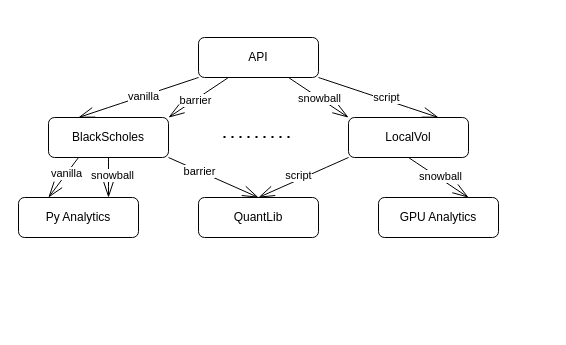
The draw.io diagram page "Analytics" (14 of 17) of quant-dev-platform.drawio in blshao84/VaRReportingSys, before the edit. Source tidied: cells renumbered, new cells numbered last; positions are measured from the earlier drawing's top-left corner, leaving out a move shared by most shapes. Both pictures are drawn from the tidied source at 100%, with x=0, y=0 at pixel (18, 37).
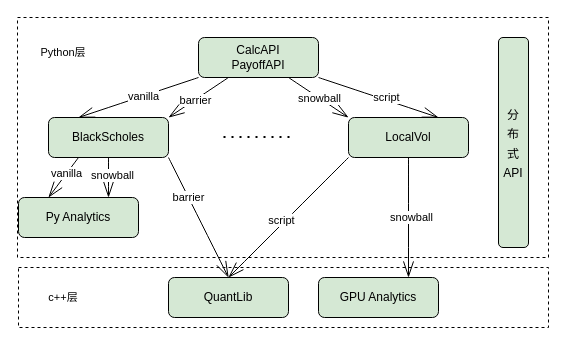
The same page after the edit.

The edit, as a diff of the source:
```diff
@@
+    <mxCell id="27" style="rounded=0;whiteSpace=wrap;html=1;fontSize=11;dashed=1;fillColor=none;strokeColor=#000000;" parent="1" vertex="1">
+      <mxGeometry y="230" width="530" height="60" as="geometry" />
+    </mxCell>
-    <mxCell id="2" value="QuantLib" style="rounded=1;whiteSpace=wrap;html=1;hachureGap=4;" parent="1" vertex="1">
-      <mxGeometry x="180" y="160" width="120" height="40" as="geometry" />
+    <mxCell id="2" value="QuantLib" style="rounded=1;whiteSpace=wrap;html=1;hachureGap=4;fillColor=#d5e8d4;strokeColor=#000000;" parent="1" vertex="1">
+      <mxGeometry x="150" y="240" width="120" height="40" as="geometry" />
     </mxCell>
-    <mxCell id="3" value="Py Analytics" style="rounded=1;whiteSpace=wrap;html=1;hachureGap=4;" parent="1" vertex="1">
+    <mxCell id="3" value="Py Analytics" style="rounded=1;whiteSpace=wrap;html=1;hachureGap=4;fillColor=#d5e8d4;strokeColor=#000000;" parent="1" vertex="1">
       <mxGeometry y="160" width="120" height="40" as="geometry" />
     </mxCell>
-    <mxCell id="4" value="GPU Analytics" style="rounded=1;whiteSpace=wrap;html=1;hachureGap=4;" parent="1" vertex="1">
-      <mxGeometry x="360" y="160" width="120" height="40" as="geometry" />
+    <mxCell id="4" value="GPU Analytics" style="rounded=1;whiteSpace=wrap;html=1;hachureGap=4;fillColor=#d5e8d4;strokeColor=#000000;" parent="1" vertex="1">
+      <mxGeometry x="300" y="240" width="120" height="40" as="geometry" />
     </mxCell>
@@
-    <mxCell id="11" value="BlackScholes" style="rounded=1;whiteSpace=wrap;html=1;hachureGap=4;" parent="1" vertex="1">
+    <mxCell id="11" value="BlackScholes" style="rounded=1;whiteSpace=wrap;html=1;hachureGap=4;fillColor=#d5e8d4;strokeColor=#000000;" parent="1" vertex="1">
       <mxGeometry x="30" y="80" width="120" height="40" as="geometry" />
     </mxCell>
@@
-    <mxCell id="16" value="LocalVol" style="rounded=1;whiteSpace=wrap;html=1;hachureGap=4;" parent="1" vertex="1">
+    <mxCell id="16" value="LocalVol" style="rounded=1;whiteSpace=wrap;html=1;hachureGap=4;fillColor=#d5e8d4;strokeColor=#000000;" parent="1" vertex="1">
       <mxGeometry x="330" y="80" width="120" height="40" as="geometry" />
     </mxCell>
@@
-    <mxCell id="26" value="API" style="rounded=1;whiteSpace=wrap;html=1;hachureGap=4;" parent="1" vertex="1">
+    <mxCell id="26" value="CalcAPI&lt;br&gt;PayoffAPI" style="rounded=1;whiteSpace=wrap;html=1;hachureGap=4;fillColor=#d5e8d4;strokeColor=#000000;" parent="1" vertex="1">
       <mxGeometry x="180" width="120" height="40" as="geometry" />
     </mxCell>
+    <mxCell id="28" value="&lt;font style=&quot;font-size: 12px&quot;&gt;分&lt;br&gt;布&lt;br&gt;式&lt;br&gt;API&lt;/font&gt;" style="rounded=1;whiteSpace=wrap;html=1;shadow=0;sketch=0;fontSize=16;strokeWidth=1;fillColor=#d5e8d4;strokeColor=#000000;" parent="1" vertex="1">
+      <mxGeometry x="480" width="30" height="210" as="geometry" />
+    </mxCell>
+    <mxCell id="29" value="c++层" style="text;html=1;strokeColor=none;fillColor=none;align=center;verticalAlign=middle;whiteSpace=wrap;rounded=0;fontSize=11;" parent="1" vertex="1">
+      <mxGeometry x="10" y="245" width="70" height="30" as="geometry" />
+    </mxCell>
+    <mxCell id="30" style="rounded=0;whiteSpace=wrap;html=1;fontSize=11;dashed=1;fillColor=none;strokeColor=#000000;" parent="1" vertex="1">
+      <mxGeometry x="-1" y="-20" width="531" height="240" as="geometry" />
+    </mxCell>
+    <mxCell id="31" value="Python层" style="text;html=1;strokeColor=none;fillColor=none;align=center;verticalAlign=middle;whiteSpace=wrap;rounded=0;fontSize=11;" parent="1" vertex="1">
+      <mxGeometry x="10" width="70" height="30" as="geometry" />
+    </mxCell>
```
